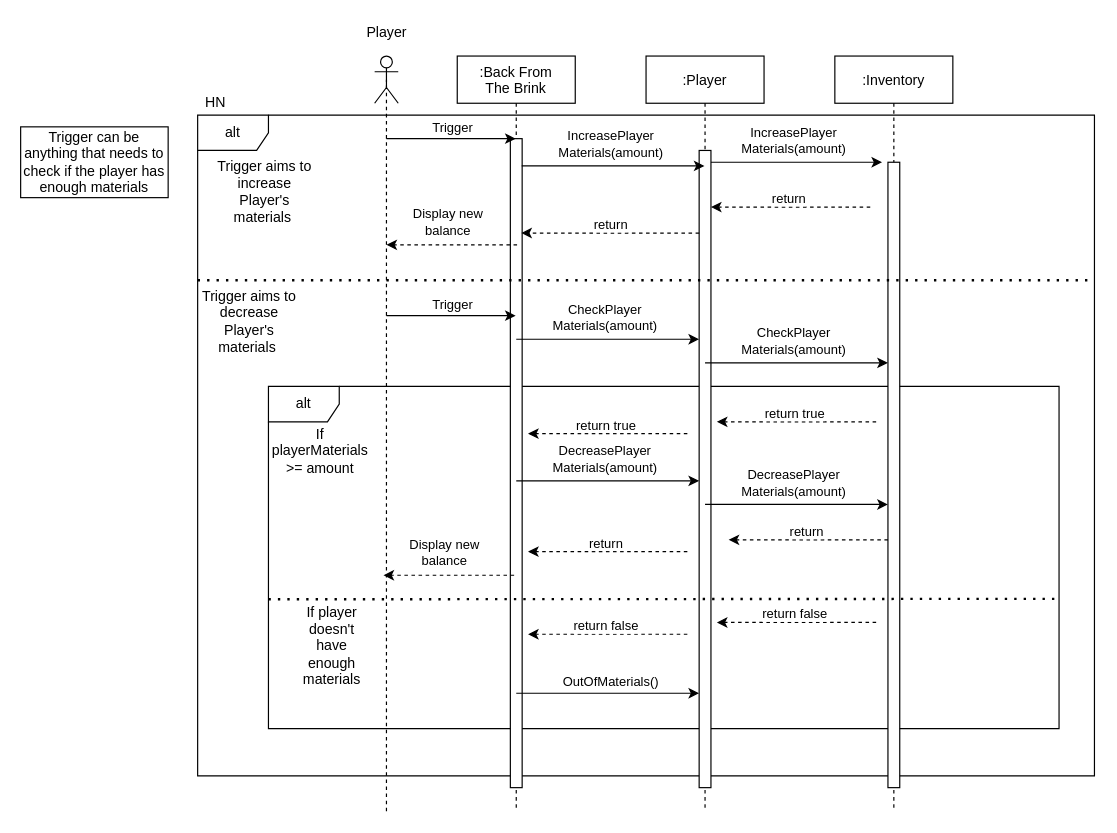
Before: Documentation/Sequence Diagrams/Update Player Materials SD (draft).drawio in cmcgarry5/csc2058-2021-g25, a draw.io diagram. Source tidied: cells renumbered, new cells numbered last; positions are measured from the earlier drawing's top-left corner, leaving out a move shared by most shapes. Both pictures are drawn from the tidied source at 118%, with x=0, y=0 at pixel (20, 20).
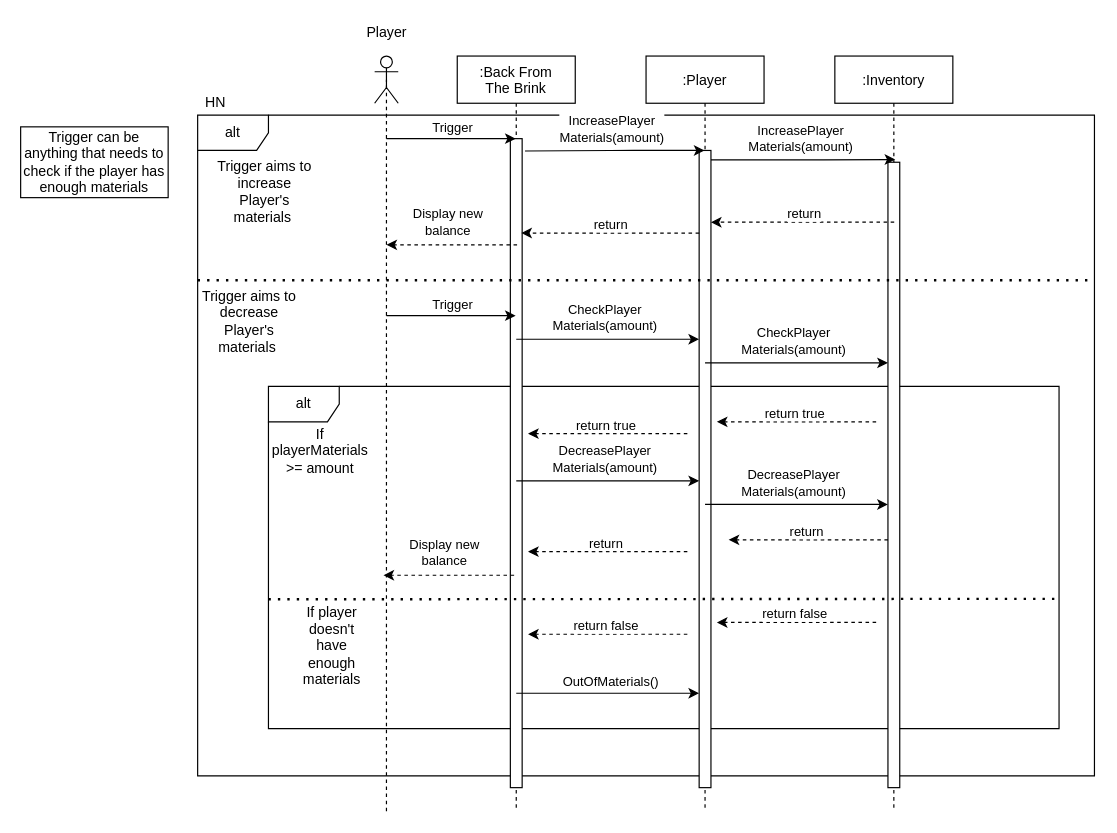
After the change.

Unchanged cells that the change refers to:
```xml
<mxCell id="5" style="points=[];perimeter=orthogonalPerimeter;rounded=0;shadow=0;strokeWidth=1;" parent="4" vertex="1">
  <mxGeometry x="45" y="70" width="10" height="550" as="geometry" />
</mxCell>
<mxCell id="6" value=":Player" style="shape=umlLifeline;perimeter=lifelinePerimeter;rounded=0;shadow=0;strokeWidth=1;" parent="1" vertex="1">
  <mxGeometry x="530" y="30" width="100" height="640" as="geometry" />
</mxCell>
<mxCell id="7" style="points=[];perimeter=orthogonalPerimeter;rounded=0;shadow=0;strokeWidth=1;" parent="6" vertex="1">
  <mxGeometry x="45" y="80" width="10" height="540" as="geometry" />
</mxCell>
<mxCell id="10" value=":Inventory" style="shape=umlLifeline;perimeter=lifelinePerimeter;rounded=0;shadow=0;strokeWidth=1;" parent="1" vertex="1">
  <mxGeometry x="690" y="30" width="100" height="640" as="geometry" />
</mxCell>
```

What changed in the source:
```diff
@@
-    <mxCell id="17" value="IncreasePlayer&lt;br&gt;Materials(amount)" style="endArrow=classic;html=1;exitX=0.962;exitY=0.042;exitDx=0;exitDy=0;exitPerimeter=0;" parent="1" edge="1" source="5" target="6">
-      <mxGeometry x="-0.03" y="18" relative="1" as="geometry" />
+    <mxCell id="17" value="IncreasePlayer&lt;br&gt;Materials(amount)" style="endArrow=classic;html=1;exitX=1.244;exitY=0.019;exitDx=0;exitDy=0;exitPerimeter=0;" parent="1" edge="1" source="5" target="6">
+      <mxGeometry x="-0.03" y="18" relative="1" as="geometry">
+        <Array as="points">
+          <mxPoint x="510" y="110" />
+        </Array>
+      </mxGeometry>
     </mxCell>
-    <mxCell id="18" value="IncreasePlayer&lt;br&gt;Materials(amount)" style="endArrow=classic;html=1;" parent="1" edge="1" source="7">
+    <mxCell id="18" value="IncreasePlayer&lt;br&gt;Materials(amount)" style="endArrow=classic;html=1;entryX=0.512;entryY=0.137;entryDx=0;entryDy=0;entryPerimeter=0;" parent="1" edge="1" source="7" target="10">
       <mxGeometry x="-0.03" y="18" relative="1" as="geometry">
-        <mxPoint x="730" y="120" as="targetPoint" />
+        <Array as="points">
+          <mxPoint x="670" y="118" />
+        </Array>
       </mxGeometry>
     </mxCell>
@@
-    <mxCell id="24" style="endArrow=classic;html=1;dashed=1;" parent="1" edge="1" target="7">
-      <mxGeometry relative="1" as="geometry">
-        <mxPoint x="720" y="158" as="sourcePoint" />
-      </mxGeometry>
+    <mxCell id="24" style="endArrow=classic;html=1;dashed=1;exitX=0.503;exitY=0.22;exitDx=0;exitDy=0;exitPerimeter=0;" parent="1" edge="1" source="10" target="7">
+      <mxGeometry relative="1" as="geometry" />
     </mxCell>
```
